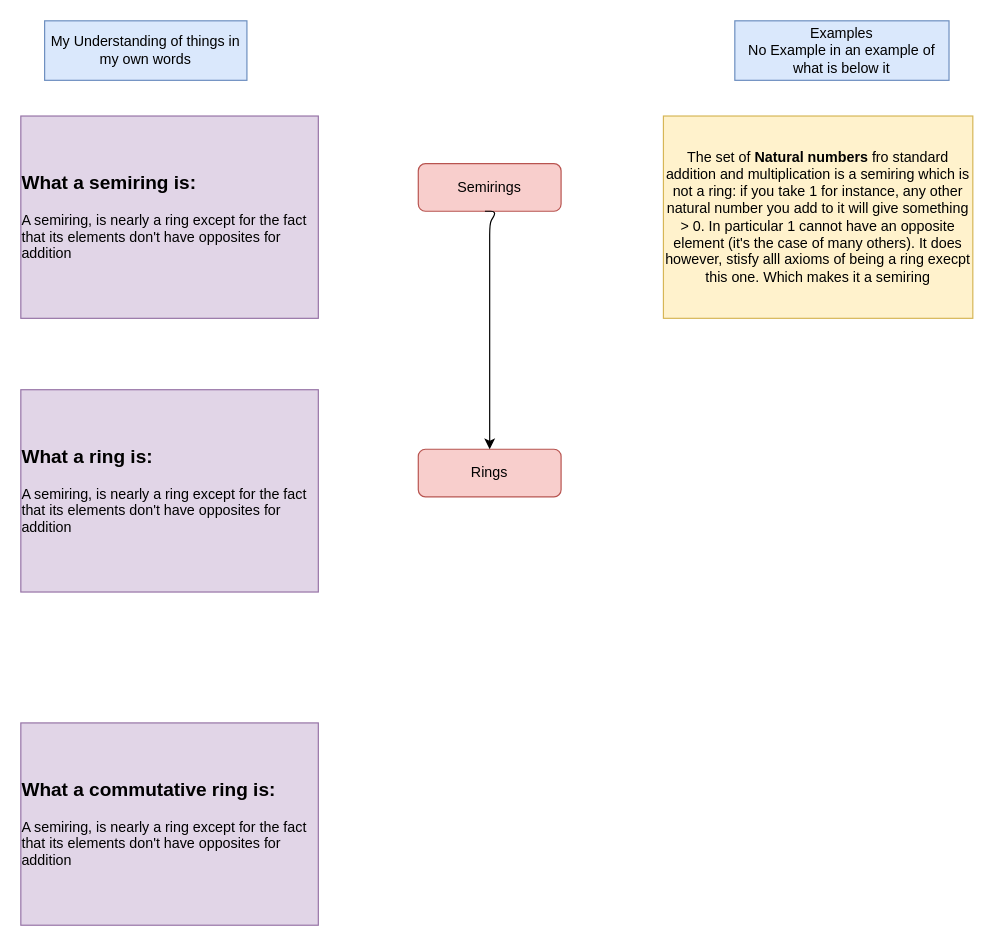
This is Untitled Diagram.drawio from Amanite2012/Script, a draw.io file, before an edit. Source tidied: cells renumbered, new cells numbered last; positions are measured from the earlier drawing's top-left corner, leaving out a move shared by most shapes. Both pictures are drawn from the tidied source at 119%, with x=0, y=0 at pixel (20, 20).
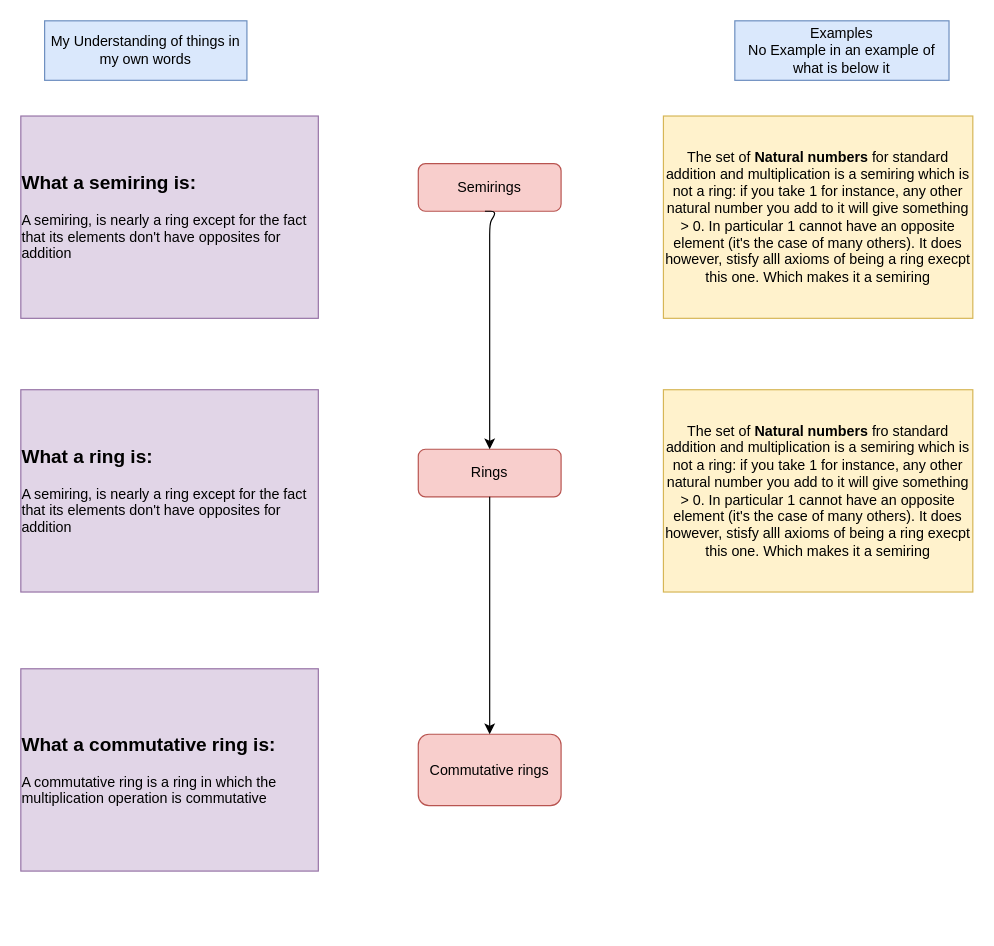
The same diagram, later.

The edit, as a diff of the source:
```diff
@@
 <mxGraphModel>
   <root>
     <mxCell id="0" />
     <mxCell id="1" parent="0" />
     <mxCell id="2" value="My Understanding of things in my own words" style="rounded=0;whiteSpace=wrap;html=1;fillColor=#dae8fc;strokeColor=#6c8ebf;" parent="1" vertex="1">
       <mxGeometry x="20" width="170" height="50" as="geometry" />
     </mxCell>
     <mxCell id="3" value="&lt;div&gt;Examples&lt;/div&gt;&lt;div&gt;No Example in an example of what is below it&lt;br&gt;&lt;/div&gt;" style="rounded=0;whiteSpace=wrap;html=1;fillColor=#dae8fc;strokeColor=#6c8ebf;" parent="1" vertex="1">
       <mxGeometry x="600" width="180" height="50" as="geometry" />
     </mxCell>
     <mxCell id="4" value="Semirings" style="rounded=1;whiteSpace=wrap;html=1;fillColor=#f8cecc;strokeColor=#b85450;" parent="1" vertex="1">
       <mxGeometry x="334" y="120" width="120" height="40" as="geometry" />
     </mxCell>
     <mxCell id="5" value="&lt;div style=&quot;font-size: 16px&quot; align=&quot;left&quot;&gt;&lt;b&gt;What a semiring is:&lt;/b&gt;&lt;br&gt;&lt;/div&gt;&lt;div&gt;&lt;br&gt;&lt;/div&gt;&lt;div align=&quot;left&quot;&gt;A semiring, is nearly a ring except for the fact that its elements don't have opposites for addition&lt;br&gt;&lt;/div&gt;" style="rounded=0;whiteSpace=wrap;html=1;fillColor=#e1d5e7;strokeColor=#9673a6;" parent="1" vertex="1">
       <mxGeometry y="80" width="250" height="170" as="geometry" />
     </mxCell>
-    <mxCell id="6" value="The set of &lt;b&gt;Natural numbers&lt;/b&gt; fro standard addition and multiplication is a semiring which is not a ring: if you take 1 for instance, any other natural number you add to it will give something &amp;gt; 0. In particular 1 cannot have an opposite element (it's the case of many others). It does however, stisfy alll axioms of being a ring execpt this one. Which makes it a semiring" style="rounded=0;whiteSpace=wrap;html=1;fillColor=#fff2cc;strokeColor=#d6b656;" parent="1" vertex="1">
+    <mxCell id="6" value="The set of &lt;b&gt;Natural numbers&lt;/b&gt; for standard addition and multiplication is a semiring which is not a ring: if you take 1 for instance, any other natural number you add to it will give something &amp;gt; 0. In particular 1 cannot have an opposite element (it's the case of many others). It does however, stisfy alll axioms of being a ring execpt this one. Which makes it a semiring" style="rounded=0;whiteSpace=wrap;html=1;fillColor=#fff2cc;strokeColor=#d6b656;" parent="1" vertex="1">
       <mxGeometry x="540" y="80" width="260" height="170" as="geometry" />
     </mxCell>
     <mxCell id="7" value="&lt;div style=&quot;font-size: 16px&quot; align=&quot;left&quot;&gt;&lt;b&gt;What a ring is:&lt;/b&gt;&lt;br&gt;&lt;/div&gt;&lt;div&gt;&lt;br&gt;&lt;/div&gt;&lt;div align=&quot;left&quot;&gt;A semiring, is nearly a ring except for the fact that its elements don't have opposites for addition&lt;br&gt;&lt;/div&gt;" style="rounded=0;whiteSpace=wrap;html=1;fillColor=#e1d5e7;strokeColor=#9673a6;" parent="1" vertex="1">
       <mxGeometry y="310" width="250" height="170" as="geometry" />
     </mxCell>
     <mxCell id="8" value="Rings" style="rounded=1;whiteSpace=wrap;html=1;fillColor=#f8cecc;strokeColor=#b85450;" parent="1" vertex="1">
       <mxGeometry x="334" y="360" width="120" height="40" as="geometry" />
     </mxCell>
     <mxCell id="9" style="endArrow=classic;html=1;entryX=0.5;entryY=0;entryDx=0;entryDy=0;" parent="1" edge="1" target="8">
       <mxGeometry relative="1" as="geometry">
         <mxPoint x="390" y="160" as="sourcePoint" />
         <Array as="points">
           <mxPoint x="400" y="160" />
           <mxPoint x="394" y="170" />
         </Array>
       </mxGeometry>
     </mxCell>
-    <mxCell id="10" value="&lt;div style=&quot;font-size: 16px&quot; align=&quot;left&quot;&gt;&lt;b&gt;What a commutative ring is:&lt;/b&gt;&lt;br&gt;&lt;/div&gt;&lt;div&gt;&lt;br&gt;&lt;/div&gt;&lt;div align=&quot;left&quot;&gt;A semiring, is nearly a ring except for the fact that its elements don't have opposites for addition&lt;br&gt;&lt;/div&gt;" style="rounded=0;whiteSpace=wrap;html=1;fillColor=#e1d5e7;strokeColor=#9673a6;" parent="1" vertex="1">
-      <mxGeometry y="590" width="250" height="170" as="geometry" />
+    <mxCell id="10" value="&lt;div style=&quot;font-size: 16px&quot; align=&quot;left&quot;&gt;&lt;b&gt;What a commutative ring is:&lt;/b&gt;&lt;br&gt;&lt;/div&gt;&lt;div&gt;&lt;br&gt;&lt;/div&gt;&lt;div align=&quot;left&quot;&gt;A commutative ring is a ring in which the multiplication operation is commutative&lt;br&gt;&lt;/div&gt;" style="rounded=0;whiteSpace=wrap;html=1;fillColor=#e1d5e7;strokeColor=#9673a6;" parent="1" vertex="1">
+      <mxGeometry y="544.5" width="250" height="170" as="geometry" />
     </mxCell>
+    <mxCell id="11" value="Commutative rings" style="rounded=1;whiteSpace=wrap;html=1;fillColor=#f8cecc;strokeColor=#b85450;" parent="1" vertex="1">
+      <mxGeometry x="334" y="599.5" width="120" height="60" as="geometry" />
+    </mxCell>
+    <mxCell id="12" style="endArrow=classic;html=1;exitX=0.5;exitY=1;exitDx=0;exitDy=0;entryX=0.5;entryY=0;entryDx=0;entryDy=0;" parent="1" edge="1" source="8" target="11">
+      <mxGeometry relative="1" as="geometry" />
+    </mxCell>
+    <mxCell id="13" value="The set of &lt;b&gt;Natural numbers&lt;/b&gt; fro standard addition and multiplication is a semiring which is not a ring: if you take 1 for instance, any other natural number you add to it will give something &amp;gt; 0. In particular 1 cannot have an opposite element (it's the case of many others). It does however, stisfy alll axioms of being a ring execpt this one. Which makes it a semiring" style="rounded=0;whiteSpace=wrap;html=1;fillColor=#fff2cc;strokeColor=#d6b656;" parent="1" vertex="1">
+      <mxGeometry x="540" y="310" width="260" height="170" as="geometry" />
+    </mxCell>
   </root>
 </mxGraphModel>
```
